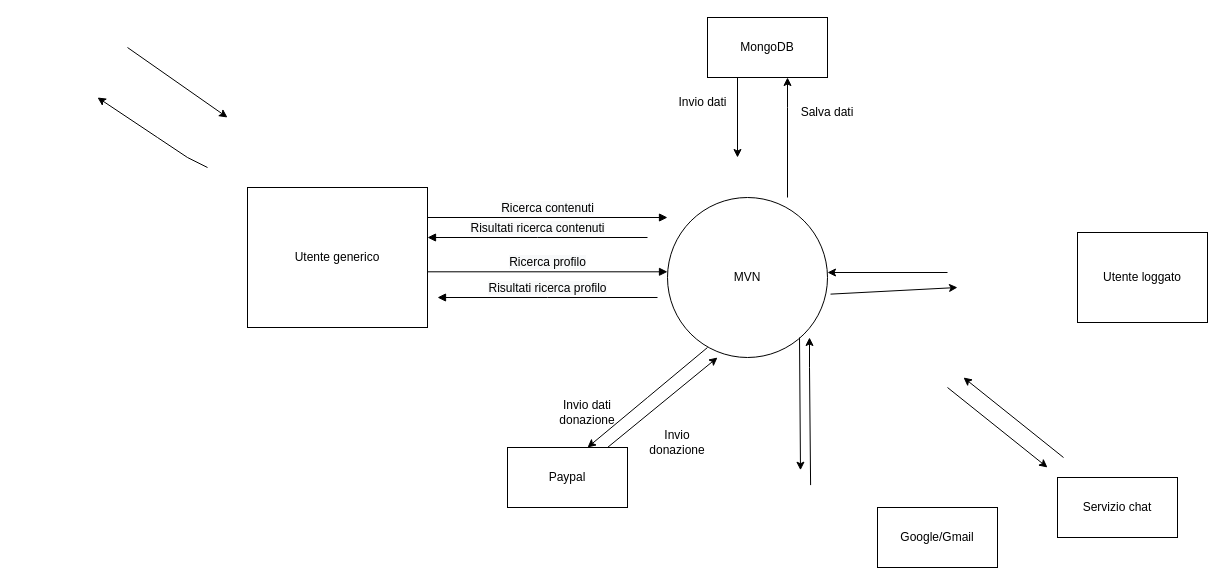
Before: ContestDiagram.drawio in Organizzazione-IngSoftware/BancoLavoroD2, a draw.io diagram. Source tidied: cells renumbered, new cells numbered last; positions are measured from the earlier drawing's top-left corner, leaving out a move shared by most shapes. Both pictures are drawn from the tidied source at 100%, with x=0, y=0 at pixel (97, 17).
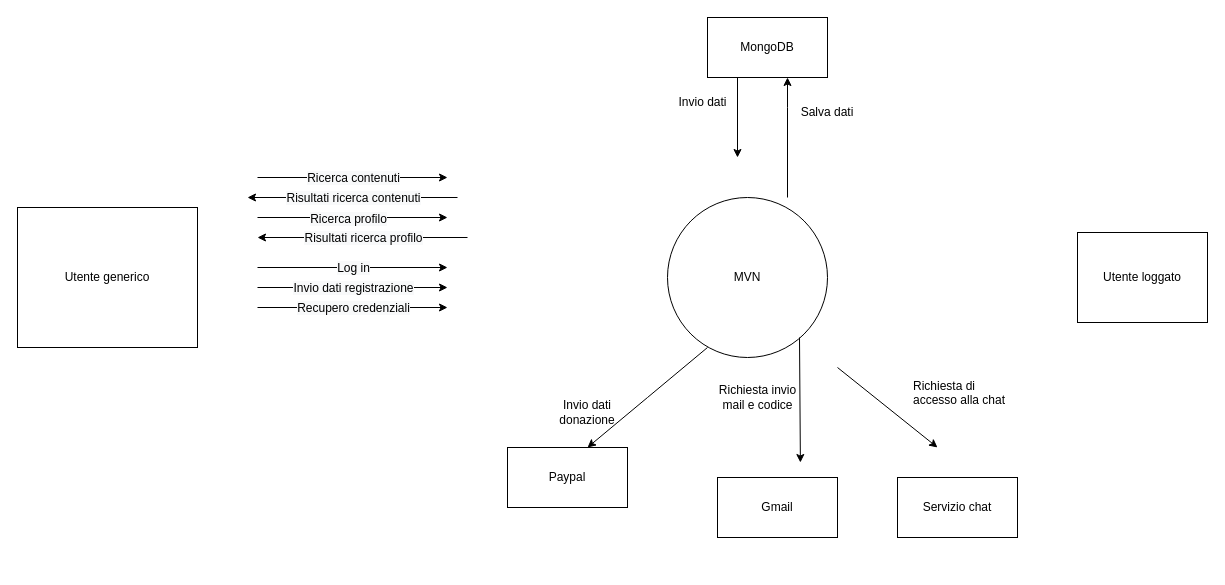
The same page after the edit.

Commit message:
Aggiorna ContestDiagram utente generico.drawio

The change refers to these unchanged cells:
```xml
<mxCell id="2" value="MVN" style="ellipse;whiteSpace=wrap;html=1;" parent="1" vertex="1">
  <mxGeometry x="570" y="180" width="160" height="160" as="geometry" />
</mxCell>
```

What changed in the source:
```diff
@@
     <mxCell id="4" value="Utente generico" style="rounded=0;whiteSpace=wrap;html=1;" parent="1" vertex="1">
-      <mxGeometry x="150" y="170" width="180" height="140" as="geometry" />
+      <mxGeometry x="-80" y="190" width="180" height="140" as="geometry" />
     </mxCell>
@@
     <mxCell id="7" value="Servizio chat" style="rounded=0;whiteSpace=wrap;html=1;" parent="1" vertex="1">
-      <mxGeometry x="960" y="460" width="120" height="60" as="geometry" />
+      <mxGeometry x="800" y="460" width="120" height="60" as="geometry" />
     </mxCell>
-    <mxCell id="8" value="Google/Gmail" style="rounded=0;whiteSpace=wrap;html=1;" parent="1" vertex="1">
-      <mxGeometry x="780" y="490" width="120" height="60" as="geometry" />
+    <mxCell id="8" value="Gmail" style="rounded=0;whiteSpace=wrap;html=1;" parent="1" vertex="1">
+      <mxGeometry x="620" y="460" width="120" height="60" as="geometry" />
     </mxCell>
@@
-    <mxCell id="15" style="endArrow=classic;html=1;rounded=0;" parent="1" edge="1">
-      <mxGeometry relative="1" as="geometry">
-        <mxPoint x="510" y="430" as="sourcePoint" />
-        <mxPoint x="620" y="340" as="targetPoint" />
-      </mxGeometry>
-    </mxCell>
-    <mxCell id="16" value="Invio donazione" style="text;html=1;strokeColor=none;fillColor=none;align=center;verticalAlign=middle;whiteSpace=wrap;rounded=0;" parent="1" vertex="1">
-      <mxGeometry x="550" y="410" width="60" height="30" as="geometry" />
-    </mxCell>
-    <mxCell id="17" style="endArrow=classic;html=1;rounded=0;" parent="1" edge="1">
-      <mxGeometry relative="1" as="geometry">
-        <mxPoint x="850" y="255" as="sourcePoint" />
-        <mxPoint x="730" y="255" as="targetPoint" />
-      </mxGeometry>
-    </mxCell>
-    <mxCell id="18" style="endArrow=classic;html=1;rounded=0;exitX=1.019;exitY=0.604;exitDx=0;exitDy=0;exitPerimeter=0;" parent="1" edge="1" source="2">
-      <mxGeometry relative="1" as="geometry">
-        <mxPoint x="860" y="270" as="targetPoint" />
-      </mxGeometry>
-    </mxCell>
-    <mxCell id="19" style="endArrow=classic;html=1;rounded=0;" parent="1" edge="1">
-      <mxGeometry relative="1" as="geometry">
-        <mxPoint x="966" y="440" as="sourcePoint" />
-        <mxPoint x="866" y="360" as="targetPoint" />
-      </mxGeometry>
-    </mxCell>
     <mxCell id="20" style="endArrow=classic;html=1;rounded=0;" parent="1" edge="1">
       <mxGeometry relative="1" as="geometry">
-        <mxPoint x="850" y="370" as="sourcePoint" />
-        <mxPoint x="950" y="450" as="targetPoint" />
+        <mxPoint x="740" y="350" as="sourcePoint" />
+        <mxPoint x="840" y="430" as="targetPoint" />
       </mxGeometry>
     </mxCell>
-    <mxCell id="21" style="endArrow=classic;html=1;rounded=0;" parent="1" edge="1">
-      <mxGeometry relative="1" as="geometry">
-        <mxPoint x="30" y="30" as="sourcePoint" />
-        <mxPoint x="130" y="100" as="targetPoint" />
-      </mxGeometry>
-    </mxCell>
-    <mxCell id="22" style="endArrow=classic;html=1;rounded=0;" parent="1" edge="1">
-      <mxGeometry relative="1" as="geometry">
-        <mxPoint x="110" y="150" as="sourcePoint" />
-        <mxPoint y="80" as="targetPoint" />
-        <Array as="points">
-          <mxPoint x="90" y="140" />
-          <mxPoint x="60" y="120" />
-        </Array>
-      </mxGeometry>
-    </mxCell>
-    <mxCell id="23" style="endArrow=classic;html=1;rounded=0;exitX=0.074;exitY=0.184;exitDx=0;exitDy=0;exitPerimeter=0;" parent="1" edge="1">
-      <mxGeometry relative="1" as="geometry">
-        <mxPoint x="713.1" y="467.6" as="sourcePoint" />
-        <mxPoint x="712" y="320" as="targetPoint" />
-        <Array as="points">
-          <mxPoint x="712" y="350" />
-        </Array>
-      </mxGeometry>
-    </mxCell>
     <mxCell id="24" style="endArrow=classic;html=1;rounded=0;" parent="1" edge="1">
       <mxGeometry relative="1" as="geometry">
         <mxPoint x="702" y="320" as="sourcePoint" />
-        <mxPoint x="703" y="452.7" as="targetPoint" />
+        <mxPoint x="702.9" y="445" as="targetPoint" />
       </mxGeometry>
     </mxCell>
+    <mxCell id="29" style="endArrow=classic;html=1;rounded=0;" parent="1" edge="1">
+      <mxGeometry relative="1" as="geometry">
+        <mxPoint x="160" y="160" as="sourcePoint" />
+        <mxPoint x="350" y="160" as="targetPoint" />
+      </mxGeometry>
+    </mxCell>
-    <mxCell id="25" value="&lt;span style=&quot;font-size: 12px; background-color: rgb(248, 249, 250);&quot;&gt;Ricerca contenuti&lt;/span&gt;" style="html=1;verticalAlign=bottom;endArrow=block;rounded=0;" parent="1" edge="1">
-      <mxGeometry relative="1" as="geometry">
-        <mxPoint x="330" y="200" as="sourcePoint" />
-        <mxPoint x="570" y="200" as="targetPoint" />
-      </mxGeometry>
+    <mxCell id="25" value="&lt;span style=&quot;font-size: 12px; background-color: rgb(248, 249, 250);&quot;&gt;Ricerca contenuti&lt;/span&gt;" style="edgeLabel;html=1;align=center;verticalAlign=middle;" parent="29" vertex="1">
+      <mxGeometry relative="1" as="geometry" />
     </mxCell>
+    <mxCell id="30" style="endArrow=classic;html=1;rounded=0;" parent="1" edge="1">
+      <mxGeometry relative="1" as="geometry">
+        <mxPoint x="160" y="200" as="sourcePoint" />
+        <mxPoint x="350" y="200" as="targetPoint" />
+      </mxGeometry>
+    </mxCell>
+    <mxCell id="27" value="&lt;span style=&quot;font-size: 12px; background-color: rgb(248, 249, 250);&quot;&gt;Ricerca profilo&lt;/span&gt;" style="edgeLabel;html=1;align=center;verticalAlign=middle;" parent="30" vertex="1">
+      <mxGeometry relative="1" as="geometry">
+        <mxPoint x="-5" y="1" as="offset" />
+      </mxGeometry>
+    </mxCell>
+    <mxCell id="31" style="endArrow=classic;html=1;rounded=0;" parent="1" edge="1">
+      <mxGeometry relative="1" as="geometry">
+        <mxPoint x="360" y="180" as="sourcePoint" />
+        <mxPoint x="150" y="180" as="targetPoint" />
+      </mxGeometry>
+    </mxCell>
-    <mxCell id="26" value="&lt;span style=&quot;font-size: 12px; background-color: rgb(248, 249, 250);&quot;&gt;Risultati ricerca contenuti&lt;/span&gt;" style="html=1;verticalAlign=bottom;endArrow=block;rounded=0;" parent="1" edge="1">
-      <mxGeometry relative="1" as="geometry">
-        <mxPoint x="550" y="220" as="sourcePoint" />
-        <mxPoint x="330" y="220" as="targetPoint" />
-        <Array as="points">
-          <mxPoint x="440" y="220" />
-        </Array>
-      </mxGeometry>
+    <mxCell id="26" value="&lt;span style=&quot;font-size: 12px; background-color: rgb(248, 249, 250);&quot;&gt;Risultati ricerca contenuti&lt;/span&gt;" style="edgeLabel;html=1;align=center;verticalAlign=middle;" parent="31" vertex="1">
+      <mxGeometry relative="1" as="geometry" />
     </mxCell>
-    <mxCell id="27" value="&lt;span style=&quot;font-size: 12px; background-color: rgb(248, 249, 250);&quot;&gt;Ricerca profilo&lt;/span&gt;" style="html=1;verticalAlign=bottom;endArrow=block;rounded=0;" parent="1" edge="1">
-      <mxGeometry relative="1" as="geometry">
-        <mxPoint x="330" y="254.3" as="sourcePoint" />
-        <mxPoint x="570" y="254.3" as="targetPoint" />
-      </mxGeometry>
-    </mxCell>
+    <mxCell id="32" style="endArrow=classic;html=1;rounded=0;" parent="1" edge="1">
+      <mxGeometry relative="1" as="geometry">
+        <mxPoint x="370" y="220" as="sourcePoint" />
+        <mxPoint x="160" y="220" as="targetPoint" />
+      </mxGeometry>
+    </mxCell>
-    <mxCell id="28" value="&lt;span style=&quot;font-size: 12px; background-color: rgb(248, 249, 250);&quot;&gt;Risultati ricerca profilo&lt;/span&gt;" style="html=1;verticalAlign=bottom;endArrow=block;rounded=0;" parent="1" edge="1">
-      <mxGeometry relative="1" as="geometry">
-        <mxPoint x="560" y="280" as="sourcePoint" />
-        <mxPoint x="340" y="280" as="targetPoint" />
-        <Array as="points">
-          <mxPoint x="450" y="280" />
-        </Array>
-      </mxGeometry>
+    <mxCell id="28" value="&lt;span style=&quot;font-size: 12px; background-color: rgb(248, 249, 250);&quot;&gt;Risultati ricerca profilo&lt;/span&gt;" style="edgeLabel;html=1;align=center;verticalAlign=middle;" parent="32" vertex="1">
+      <mxGeometry relative="1" as="geometry" />
     </mxCell>
+    <mxCell id="33" value="Richiesta invio &lt;br&gt;mail e codice" style="text;html=1;align=center;verticalAlign=middle;strokeColor=none;fillColor=none;" parent="1" vertex="1">
+      <mxGeometry x="610" y="360" width="100" height="40" as="geometry" />
+    </mxCell>
+    <mxCell id="34" value="Richiesta di &#10;accesso alla chat" style="text;strokeColor=none;fillColor=none;align=left;verticalAlign=middle;spacingLeft=4;spacingRight=4;overflow=hidden;" parent="1" vertex="1">
+      <mxGeometry x="810" y="350" width="130" height="50" as="geometry" />
+    </mxCell>
+    <mxCell id="35" style="endArrow=classic;html=1;rounded=0;" parent="1" edge="1">
+      <mxGeometry relative="1" as="geometry">
+        <mxPoint x="160" y="250" as="sourcePoint" />
+        <mxPoint x="350" y="250" as="targetPoint" />
+      </mxGeometry>
+    </mxCell>
+    <mxCell id="36" value="&lt;span style=&quot;font-size: 12px; background-color: rgb(248, 249, 250);&quot;&gt;Log in&lt;/span&gt;" style="edgeLabel;html=1;align=center;verticalAlign=middle;" parent="35" vertex="1">
+      <mxGeometry relative="1" as="geometry" />
+    </mxCell>
+    <mxCell id="37" style="endArrow=classic;html=1;rounded=0;" parent="1" edge="1">
+      <mxGeometry relative="1" as="geometry">
+        <mxPoint x="160" y="270" as="sourcePoint" />
+        <mxPoint x="350" y="270" as="targetPoint" />
+      </mxGeometry>
+    </mxCell>
+    <mxCell id="38" value="&lt;span style=&quot;font-size: 12px; background-color: rgb(248, 249, 250);&quot;&gt;Invio dati registrazione&lt;/span&gt;" style="edgeLabel;html=1;align=center;verticalAlign=middle;" parent="37" vertex="1">
+      <mxGeometry relative="1" as="geometry" />
+    </mxCell>
+    <mxCell id="39" style="endArrow=classic;html=1;rounded=0;" parent="1" edge="1">
+      <mxGeometry relative="1" as="geometry">
+        <mxPoint x="160" y="290" as="sourcePoint" />
+        <mxPoint x="350" y="290" as="targetPoint" />
+      </mxGeometry>
+    </mxCell>
+    <mxCell id="40" value="&lt;span style=&quot;font-size: 12px; background-color: rgb(248, 249, 250);&quot;&gt;Recupero credenziali&lt;/span&gt;" style="edgeLabel;html=1;align=center;verticalAlign=middle;" parent="39" vertex="1">
+      <mxGeometry relative="1" as="geometry" />
+    </mxCell>
```
